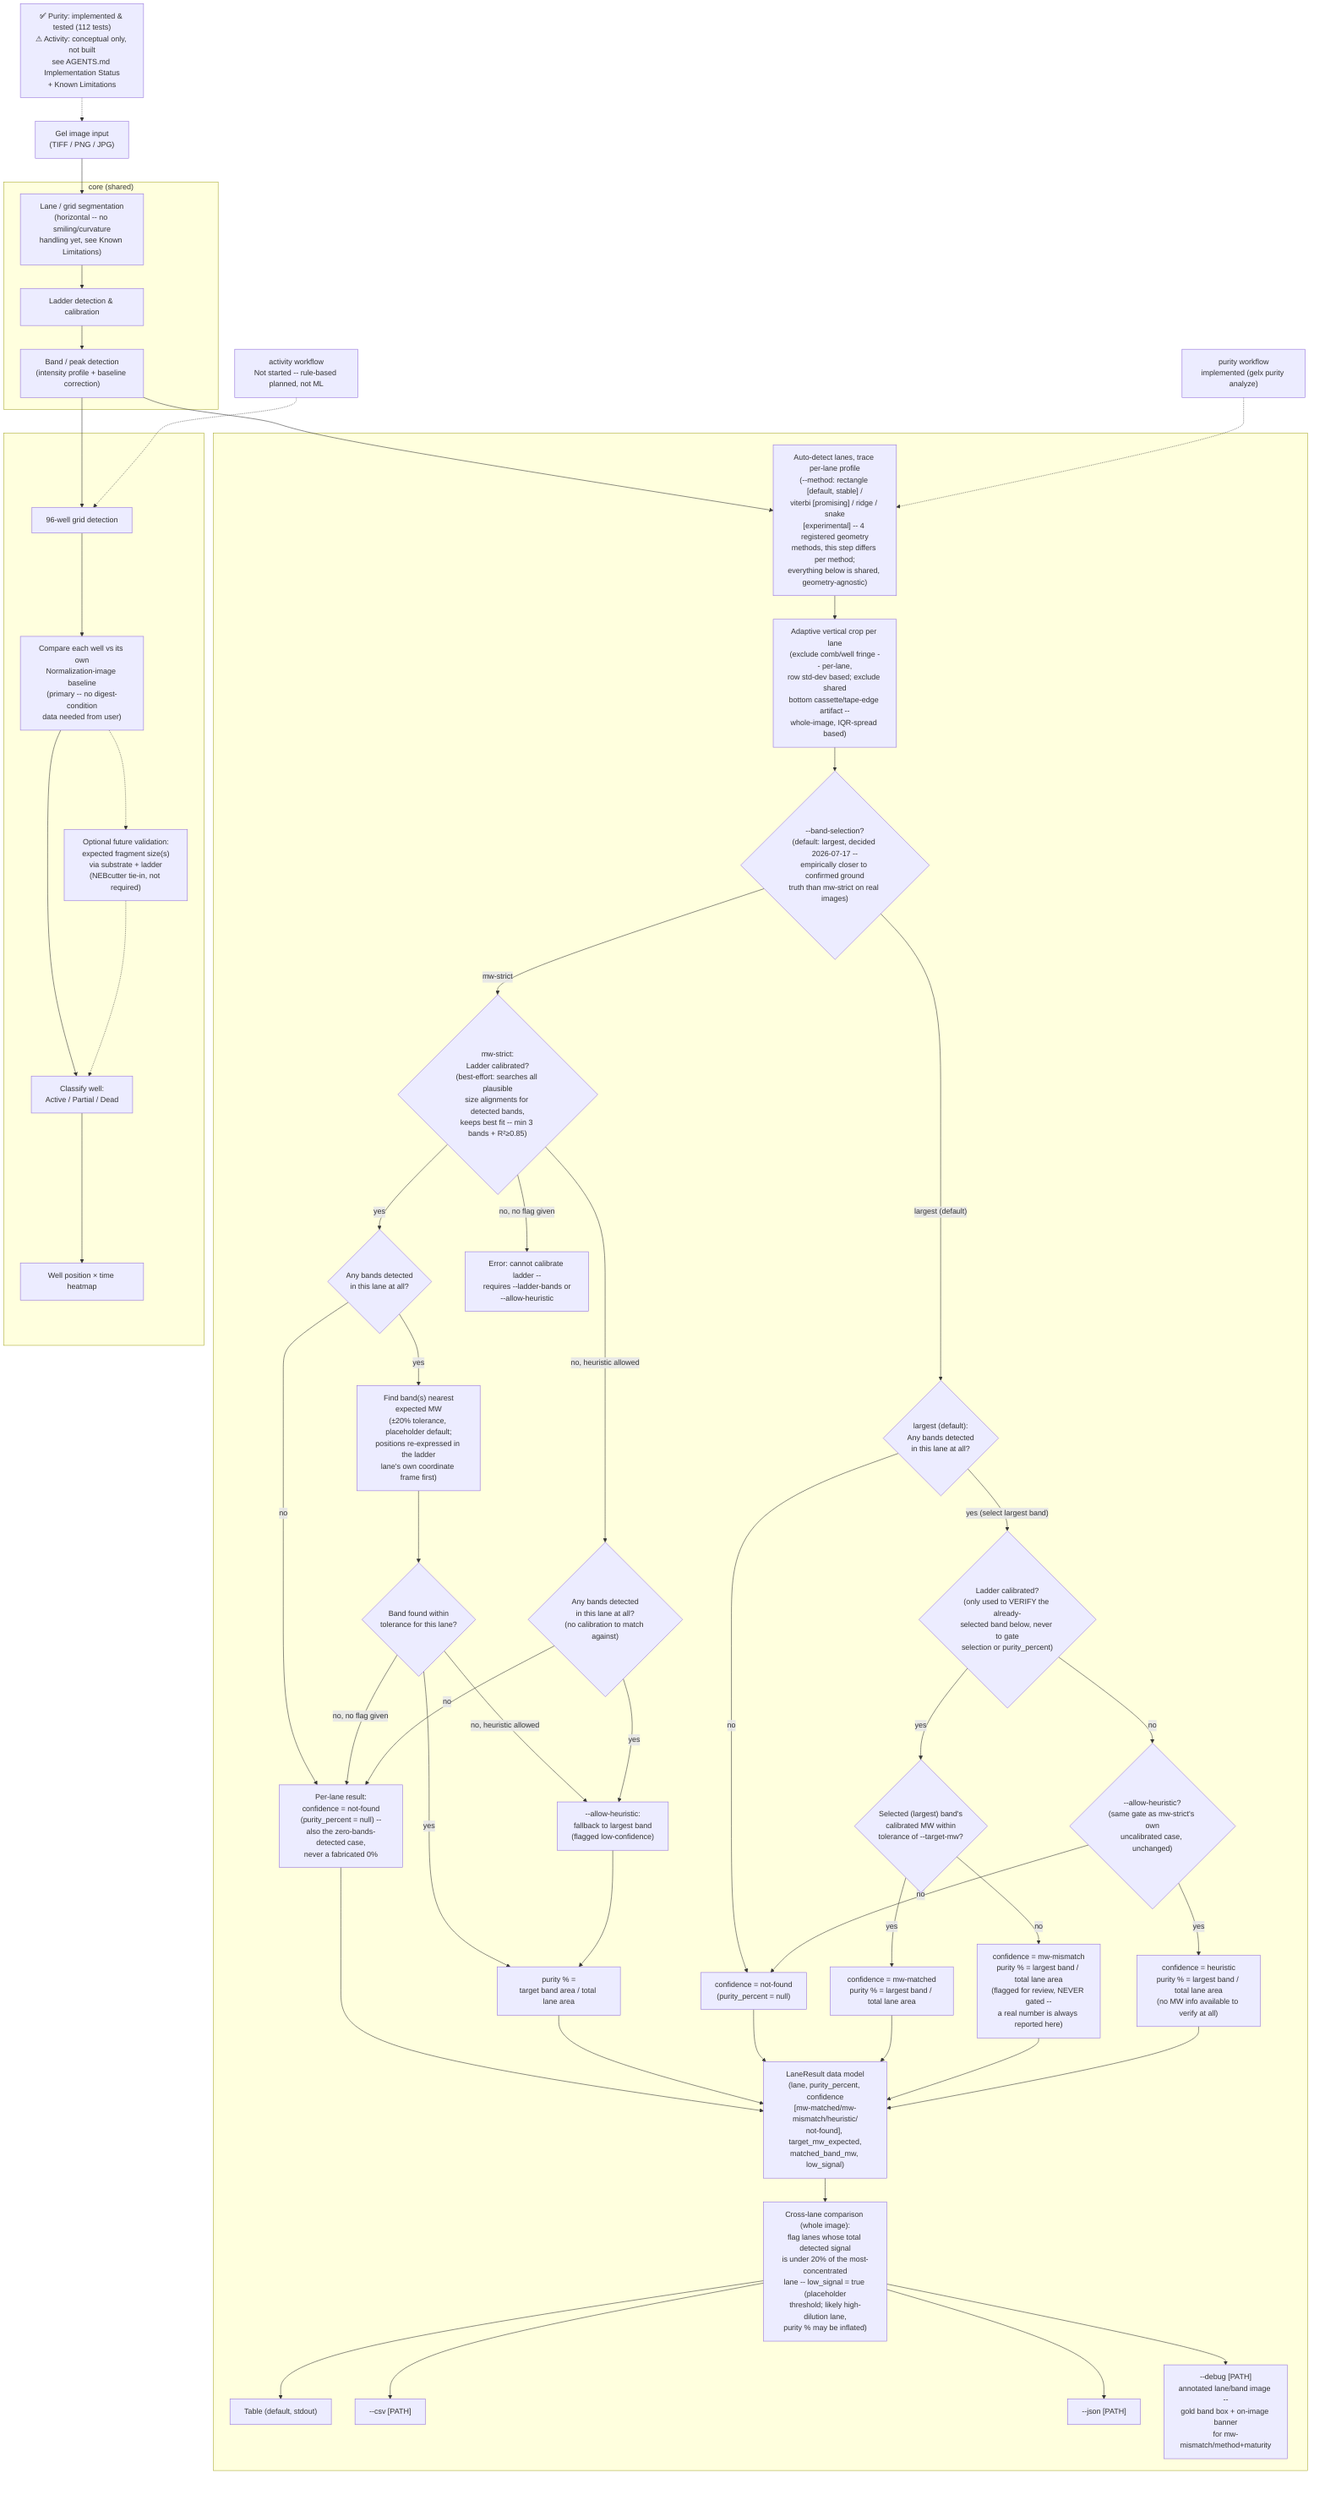
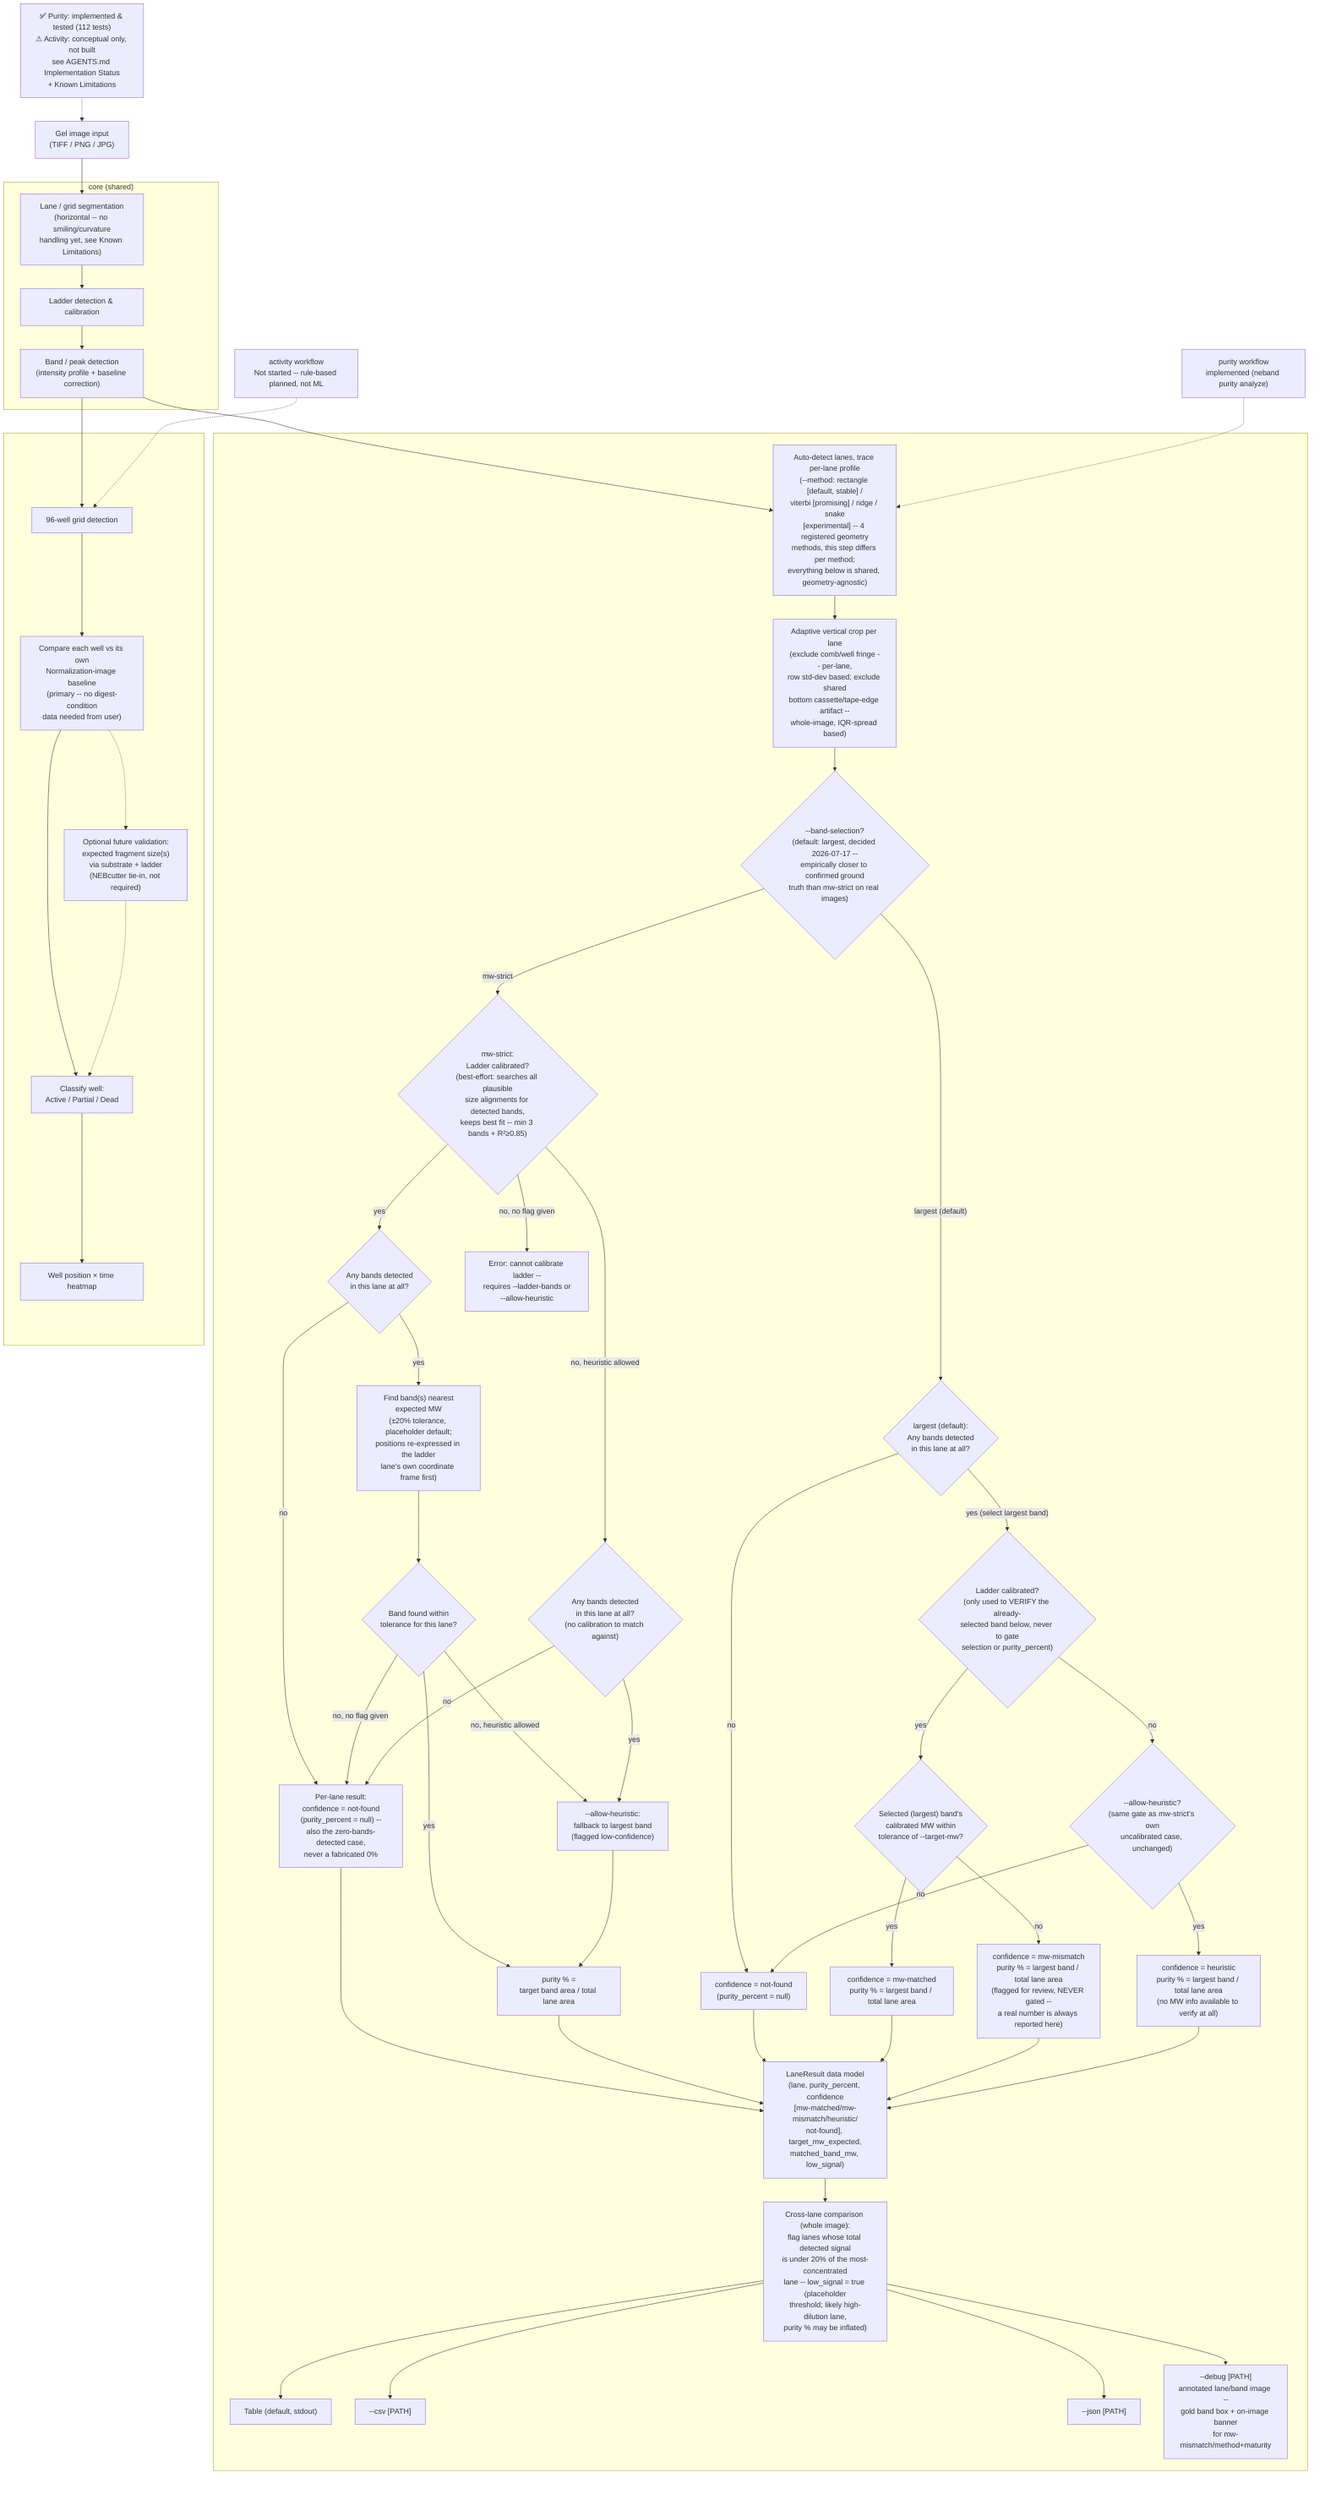
%% program-flow.mmd
%% NOTE: Reflects the purity workflow as actually implemented and tested
- %% (src/gel_extractor/, 112 tests passing) plus the activity workflow's
+ %% (src/neband/, 112 tests passing) plus the activity workflow's
%% still-conceptual design (see AGENTS.md "Design Decisions" and
%% "Implementation Status"). Not a full class/sequence diagram -- still a
%% data-flow sketch, just one grounded in working code on the purity side.
%% Lane-geometry method internals (rectangle/viterbi/ridge/snake) are
%% deliberately not drawn per-method here -- all 4 share the exact same
%% band-selection/purity-calc logic below via _analyze_lane_detailed, only
%% differing in how "Auto-detect lanes" produces its per-lane profile;
%% see AGENTS.md Implementation Status for that per-method detail.

flowchart TD
    Note["✅ Purity: implemented & tested (112 tests)<br/>⚠ Activity: conceptual only, not built<br/>see AGENTS.md Implementation Status<br/>+ Known Limitations"]

    Input["Gel image input<br/>(TIFF / PNG / JPG)"]

    subgraph Core["core (shared)"]
        Seg["Lane / grid segmentation<br/>(horizontal -- no smiling/curvature<br/>handling yet, see Known Limitations)"]
        Ladder["Ladder detection & calibration"]
        BandDet["Band / peak detection<br/>(intensity profile + baseline correction)"]
    end

-     PurityLabel["purity workflow<br/>implemented (gelx purity analyze)"]
+     PurityLabel["purity workflow<br/>implemented (neband purity analyze)"]
    subgraph PurityWF[" "]
        AutoLane["Auto-detect lanes, trace per-lane profile<br/>(--method: rectangle [default, stable] /<br/>viterbi [promising] / ridge / snake<br/>[experimental] -- 4 registered geometry<br/>methods, this step differs per method;<br/>everything below is shared, geometry-agnostic)"]
        AdaptiveCrop["Adaptive vertical crop per lane<br/>(exclude comb/well fringe -- per-lane,<br/>row std-dev based; exclude shared<br/>bottom cassette/tape-edge artifact --<br/>whole-image, IQR-spread based)"]
        BandSelection{"--band-selection?<br/>(default: largest, decided 2026-07-17 --<br/>empirically closer to confirmed ground<br/>truth than mw-strict on real images)"}

        %% "mw-strict" branch -- the original 2026-07-13 behavior, unchanged
        LadderCal{"mw-strict:<br/>Ladder calibrated?<br/>(best-effort: searches all plausible<br/>size alignments for detected bands,<br/>keeps best fit -- min 3 bands + R²≥0.85)"}
        AnyBands{"Any bands detected<br/>in this lane at all?"}
        AnyBandsUncal{"Any bands detected<br/>in this lane at all?<br/>(no calibration to match against)"}
        MWMatch["Find band(s) nearest<br/>expected MW<br/>(±20% tolerance, placeholder default;<br/>positions re-expressed in the ladder<br/>lane's own coordinate frame first)"]
        MatchFound{"Band found within<br/>tolerance for this lane?"}
        NotFound["Per-lane result:<br/>confidence = not-found<br/>(purity_percent = null) --<br/>also the zero-bands-detected case,<br/>never a fabricated 0%"]
        Heuristic["--allow-heuristic:<br/>fallback to largest band<br/>(flagged low-confidence)"]
        ErrorOut["Error: cannot calibrate ladder --<br/>requires --ladder-bands or<br/>--allow-heuristic"]
        PurityCalc["purity % =<br/>target band area / total lane area"]

        %% "largest" branch -- the default since 2026-07-17
        AnyBandsLargest{"largest (default):<br/>Any bands detected<br/>in this lane at all?"}
        LadderCalLargest{"Ladder calibrated?<br/>(only used to VERIFY the already-<br/>selected band below, never to gate<br/>selection or purity_percent)"}
        VerifyMW{"Selected (largest) band's<br/>calibrated MW within<br/>tolerance of --target-mw?"}
        MwMatchedLargest["confidence = mw-matched<br/>purity % = largest band / total lane area"]
        MwMismatch["confidence = mw-mismatch<br/>purity % = largest band / total lane area<br/>(flagged for review, NEVER gated --<br/>a real number is always reported here)"]
        HeuristicGateLargest{"--allow-heuristic?<br/>(same gate as mw-strict's own<br/>uncalibrated case, unchanged)"}
        HeuristicLargest["confidence = heuristic<br/>purity % = largest band / total lane area<br/>(no MW info available to verify at all)"]
        NotFoundLargest["confidence = not-found<br/>(purity_percent = null)"]

        LaneResult["LaneResult data model<br/>(lane, purity_percent, confidence<br/>[mw-matched/mw-mismatch/heuristic/<br/>not-found], target_mw_expected,<br/>matched_band_mw, low_signal)"]
        LowSignalFlag["Cross-lane comparison (whole image):<br/>flag lanes whose total detected signal<br/>is under 20% of the most-concentrated<br/>lane -- low_signal = true (placeholder<br/>threshold; likely high-dilution lane,<br/>purity % may be inflated)"]
        TableOut["Table (default, stdout)"]
        CsvOut["--csv [PATH]"]
        JsonOut["--json [PATH]"]
        DebugOut["--debug [PATH]<br/>annotated lane/band image --<br/>gold band box + on-image banner<br/>for mw-mismatch/method+maturity"]
    end

    ActivityLabel["activity workflow<br/>Not started -- rule-based planned, not ML"]
    subgraph ActivityWF[" "]
        GridDet["96-well grid detection"]
        Baseline["Compare each well vs its own<br/>Normalization-image baseline<br/>(primary -- no digest-condition<br/>data needed from user)"]
        ExpectedFrag["Optional future validation:<br/>expected fragment size(s)<br/>via substrate + ladder<br/>(NEBcutter tie-in, not required)"]
        Classify["Classify well:<br/>Active / Partial / Dead"]
        Heatmap["Well position × time heatmap"]
    end

    Note -.-> Input
    Input --> Seg --> Ladder --> BandDet

    BandDet --> AutoLane
    BandDet --> GridDet
    PurityLabel -.-> AutoLane
    ActivityLabel -.-> GridDet
    AutoLane --> AdaptiveCrop --> BandSelection

    BandSelection -- mw-strict --> LadderCal
    LadderCal -- yes --> AnyBands
    AnyBands -- no --> NotFound
    AnyBands -- yes --> MWMatch --> MatchFound
    MatchFound -- yes --> PurityCalc
    MatchFound -- "no, heuristic allowed" --> Heuristic --> PurityCalc
    MatchFound -- "no, no flag given" --> NotFound --> LaneResult
    LadderCal -- "no, heuristic allowed" --> AnyBandsUncal
    AnyBandsUncal -- no --> NotFound
    AnyBandsUncal -- yes --> Heuristic
    LadderCal -- "no, no flag given" --> ErrorOut
    PurityCalc --> LaneResult

    BandSelection -- "largest (default)" --> AnyBandsLargest
    AnyBandsLargest -- no --> NotFoundLargest --> LaneResult
    AnyBandsLargest -- "yes (select largest band)" --> LadderCalLargest
    LadderCalLargest -- yes --> VerifyMW
    VerifyMW -- yes --> MwMatchedLargest --> LaneResult
    VerifyMW -- no --> MwMismatch --> LaneResult
    LadderCalLargest -- no --> HeuristicGateLargest
    HeuristicGateLargest -- yes --> HeuristicLargest --> LaneResult
    HeuristicGateLargest -- no --> NotFoundLargest

    LaneResult --> LowSignalFlag
    LowSignalFlag --> TableOut
    LowSignalFlag --> CsvOut
    LowSignalFlag --> JsonOut
    LowSignalFlag --> DebugOut
    GridDet --> Baseline --> Classify --> Heatmap
    Baseline -.-> ExpectedFrag -.-> Classify
